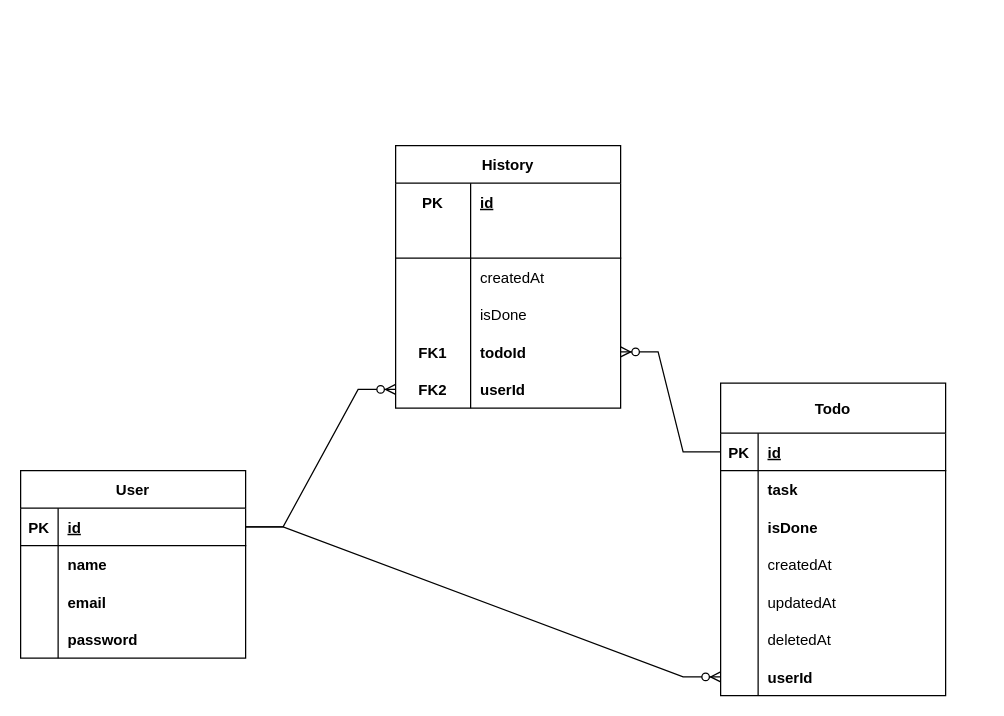
Before: documentation/model.drawio in Doehnert/todo-backend, a draw.io diagram. Source tidied: cells renumbered, new cells numbered last; positions are measured from the earlier drawing's top-left corner, leaving out a move shared by most shapes. Both pictures are drawn from the tidied source at 125%, with x=0, y=0 at pixel (20, 145).
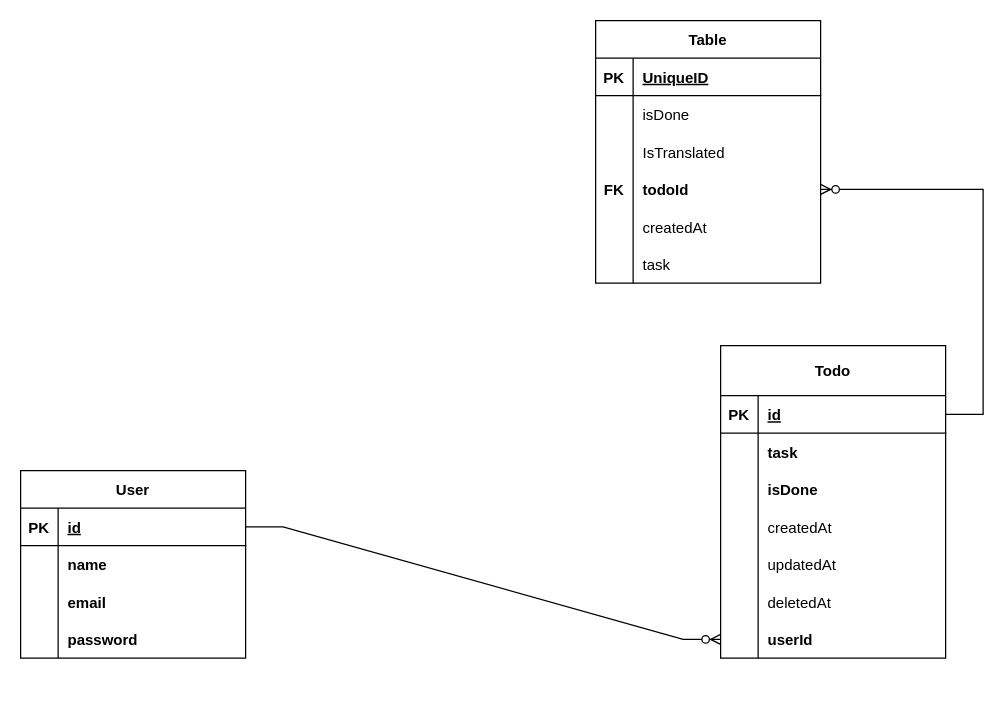
The same page after the edit.

The change refers to these unchanged cells:
```xml
<mxCell id="3" style="shape=tableRow;horizontal=0;startSize=0;swimlaneHead=0;swimlaneBody=0;fillColor=none;points=[[0,0.5],[1,0.5]];portConstraint=eastwest;top=0;left=0;right=0;bottom=1;" parent="2" vertex="1">
  <mxGeometry y="30" width="180" height="30" as="geometry" />
</mxCell>
<mxCell id="16" style="shape=tableRow;horizontal=0;startSize=0;swimlaneHead=0;swimlaneBody=0;fillColor=none;points=[[0,0.5],[1,0.5]];portConstraint=eastwest;top=0;left=0;right=0;bottom=1;" parent="15" vertex="1">
  <mxGeometry y="40" width="180" height="30" as="geometry" />
</mxCell>
```

Change to the diagram source:
```diff
@@
     <mxCell id="15" value="Todo" style="shape=table;startSize=40;childLayout=tableLayout;rowLines=0;fontStyle=1;align=center;" parent="1" vertex="1">
-      <mxGeometry x="560" y="190" width="180" height="250" as="geometry" />
+      <mxGeometry x="560" y="160" width="180" height="250" as="geometry" />
     </mxCell>
@@
-    <mxCell id="38" value="History" style="shape=table;startSize=30;childLayout=tableLayout;rowLines=0;fontStyle=1;align=center;" parent="1" vertex="1">
-      <mxGeometry x="300" width="180" height="210" as="geometry" />
-    </mxCell>
-    <mxCell id="39" style="shape=tableRow;horizontal=0;startSize=0;swimlaneHead=0;swimlaneBody=0;fillColor=none;top=0;left=0;right=0;bottom=0;" parent="38" vertex="1">
-      <mxGeometry y="30" width="180" height="30" as="geometry" />
-    </mxCell>
+    <mxCell id="58" style="edgeStyle=entityRelationEdgeStyle;fontSize=12;html=1;endArrow=ERzeroToMany;endFill=1;rounded=0;" parent="1" edge="1" source="16" target="48">
+      <mxGeometry relative="1" as="geometry" />
+    </mxCell>
+    <mxCell id="59" value="Table" style="shape=table;startSize=30;childLayout=tableLayout;rowLines=0;fontStyle=1;align=center;" parent="1" vertex="1">
+      <mxGeometry x="460" y="-100" width="180" height="210" as="geometry" />
+    </mxCell>
+    <mxCell id="60" style="shape=tableRow;horizontal=0;startSize=0;swimlaneHead=0;swimlaneBody=0;fillColor=none;top=0;left=0;right=0;bottom=1;" parent="59" vertex="1">
+      <mxGeometry y="30" width="180" height="30" as="geometry" />
+    </mxCell>
-    <mxCell id="40" value="PK" style="shape=partialRectangle;fillColor=none;top=0;left=0;bottom=0;right=0;fontStyle=1;overflow=hidden;" parent="39" vertex="1">
-      <mxGeometry width="60" height="30" as="geometry" />
+    <mxCell id="40" value="PK" style="shape=partialRectangle;fillColor=none;top=0;left=0;bottom=0;right=0;fontStyle=1;overflow=hidden;" parent="60" vertex="1">
+      <mxGeometry width="30" height="30" as="geometry" />
     </mxCell>
-    <mxCell id="41" value="id" style="shape=partialRectangle;fillColor=none;top=0;left=0;bottom=0;right=0;align=left;spacingLeft=6;fontStyle=5;overflow=hidden;" parent="39" vertex="1">
-      <mxGeometry x="60" width="120" height="30" as="geometry" />
-    </mxCell>
-    <mxCell id="42" style="shape=tableRow;horizontal=0;startSize=0;swimlaneHead=0;swimlaneBody=0;fillColor=none;top=0;left=0;right=0;bottom=1;" parent="38" vertex="1">
-      <mxGeometry y="60" width="180" height="30" as="geometry" />
-    </mxCell>
-    <mxCell id="43" style="shape=partialRectangle;fillColor=none;top=0;left=0;bottom=0;right=0;fontStyle=1;overflow=hidden;" parent="42" vertex="1">
-      <mxGeometry width="60" height="30" as="geometry" />
-    </mxCell>
-    <mxCell id="44" style="shape=partialRectangle;fillColor=none;top=0;left=0;bottom=0;right=0;align=left;spacingLeft=6;fontStyle=5;overflow=hidden;" parent="42" vertex="1">
-      <mxGeometry x="60" width="120" height="30" as="geometry" />
-    </mxCell>
+    <mxCell id="61" value="UniqueID" style="shape=partialRectangle;fillColor=none;top=0;left=0;bottom=0;right=0;align=left;spacingLeft=6;fontStyle=5;overflow=hidden;" parent="60" vertex="1">
+      <mxGeometry x="30" width="150" height="30" as="geometry" />
+    </mxCell>
+    <mxCell id="62" style="shape=tableRow;horizontal=0;startSize=0;swimlaneHead=0;swimlaneBody=0;fillColor=none;top=0;left=0;right=0;bottom=0;" parent="59" vertex="1">
+      <mxGeometry y="60" width="180" height="30" as="geometry" />
+    </mxCell>
+    <mxCell id="63" style="shape=partialRectangle;fillColor=none;top=0;left=0;bottom=0;right=0;overflow=hidden;" parent="62" vertex="1">
+      <mxGeometry width="30" height="30" as="geometry" />
+    </mxCell>
+    <mxCell id="50" value="isDone" style="shape=partialRectangle;fillColor=none;top=0;left=0;bottom=0;right=0;align=left;spacingLeft=6;overflow=hidden;" parent="62" vertex="1">
+      <mxGeometry x="30" width="150" height="30" as="geometry" />
+    </mxCell>
-    <mxCell id="45" style="shape=tableRow;horizontal=0;startSize=0;swimlaneHead=0;swimlaneBody=0;fillColor=none;top=0;left=0;right=0;bottom=0;" parent="38" vertex="1">
+    <mxCell id="45" style="shape=tableRow;horizontal=0;startSize=0;swimlaneHead=0;swimlaneBody=0;fillColor=none;top=0;left=0;right=0;bottom=0;" parent="59" vertex="1">
       <mxGeometry y="90" width="180" height="30" as="geometry" />
     </mxCell>
-    <mxCell id="46" style="shape=partialRectangle;fillColor=none;top=0;left=0;bottom=0;right=0;overflow=hidden;" parent="45" vertex="1">
-      <mxGeometry width="60" height="30" as="geometry" />
-    </mxCell>
+    <mxCell id="64" style="shape=partialRectangle;fillColor=none;top=0;left=0;bottom=0;right=0;overflow=hidden;" parent="45" vertex="1">
+      <mxGeometry width="30" height="30" as="geometry" />
+    </mxCell>
+    <mxCell id="65" value="IsTranslated" style="shape=partialRectangle;fillColor=none;top=0;left=0;bottom=0;right=0;align=left;spacingLeft=6;overflow=hidden;" parent="45" vertex="1">
+      <mxGeometry x="30" width="150" height="30" as="geometry" />
+    </mxCell>
+    <mxCell id="48" style="shape=tableRow;horizontal=0;startSize=0;swimlaneHead=0;swimlaneBody=0;fillColor=none;points=[[0,0.5],[1,0.5]];portConstraint=eastwest;top=0;left=0;right=0;bottom=0;" parent="59" vertex="1">
+      <mxGeometry y="120" width="180" height="30" as="geometry" />
+    </mxCell>
+    <mxCell id="66" value="FK" style="shape=partialRectangle;fillColor=none;top=0;left=0;bottom=0;right=0;overflow=hidden;fontStyle=1;" parent="48" vertex="1">
+      <mxGeometry width="30" height="30" as="geometry" />
+    </mxCell>
+    <mxCell id="53" value="todoId" style="shape=partialRectangle;fillColor=none;top=0;left=0;bottom=0;right=0;align=left;spacingLeft=6;overflow=hidden;fontStyle=1;" parent="48" vertex="1">
+      <mxGeometry x="30" width="150" height="30" as="geometry" />
+    </mxCell>
+    <mxCell id="51" style="shape=tableRow;horizontal=0;startSize=0;swimlaneHead=0;swimlaneBody=0;fillColor=none;points=[[0,0.5],[1,0.5]];portConstraint=eastwest;top=0;left=0;right=0;bottom=0;" parent="59" vertex="1">
+      <mxGeometry y="150" width="180" height="30" as="geometry" />
+    </mxCell>
+    <mxCell id="67" style="shape=partialRectangle;fillColor=none;top=0;left=0;bottom=0;right=0;overflow=hidden;" parent="51" vertex="1">
+      <mxGeometry width="30" height="30" as="geometry" />
+    </mxCell>
-    <mxCell id="47" value="createdAt" style="shape=partialRectangle;fillColor=none;top=0;left=0;bottom=0;right=0;align=left;spacingLeft=6;overflow=hidden;" parent="45" vertex="1">
-      <mxGeometry x="60" width="120" height="30" as="geometry" />
+    <mxCell id="47" value="createdAt" style="shape=partialRectangle;fillColor=none;top=0;left=0;bottom=0;right=0;align=left;spacingLeft=6;overflow=hidden;" parent="51" vertex="1">
+      <mxGeometry x="30" width="150" height="30" as="geometry" />
     </mxCell>
-    <mxCell id="48" style="shape=tableRow;horizontal=0;startSize=0;swimlaneHead=0;swimlaneBody=0;fillColor=none;points=[[0,0.5],[1,0.5]];portConstraint=eastwest;top=0;left=0;right=0;bottom=0;" parent="38" vertex="1">
-      <mxGeometry y="120" width="180" height="30" as="geometry" />
-    </mxCell>
-    <mxCell id="49" style="shape=partialRectangle;fillColor=none;top=0;left=0;bottom=0;right=0;overflow=hidden;" parent="48" vertex="1">
-      <mxGeometry width="60" height="30" as="geometry" />
-    </mxCell>
-    <mxCell id="50" value="isDone" style="shape=partialRectangle;fillColor=none;top=0;left=0;bottom=0;right=0;align=left;spacingLeft=6;overflow=hidden;" parent="48" vertex="1">
-      <mxGeometry x="60" width="120" height="30" as="geometry" />
-    </mxCell>
-    <mxCell id="51" style="shape=tableRow;horizontal=0;startSize=0;swimlaneHead=0;swimlaneBody=0;fillColor=none;points=[[0,0.5],[1,0.5]];portConstraint=eastwest;top=0;left=0;right=0;bottom=0;" parent="38" vertex="1">
-      <mxGeometry y="150" width="180" height="30" as="geometry" />
-    </mxCell>
-    <mxCell id="52" value="FK1" style="shape=partialRectangle;fillColor=none;top=0;left=0;bottom=0;right=0;overflow=hidden;fontStyle=1;" parent="51" vertex="1">
-      <mxGeometry width="60" height="30" as="geometry" />
-    </mxCell>
-    <mxCell id="53" value="todoId" style="shape=partialRectangle;fillColor=none;top=0;left=0;bottom=0;right=0;align=left;spacingLeft=6;overflow=hidden;fontStyle=1;" parent="51" vertex="1">
-      <mxGeometry x="60" width="120" height="30" as="geometry" />
-    </mxCell>
-    <mxCell id="54" style="shape=tableRow;horizontal=0;startSize=0;swimlaneHead=0;swimlaneBody=0;fillColor=none;points=[[0,0.5],[1,0.5]];portConstraint=eastwest;top=0;left=0;right=0;bottom=0;" parent="38" vertex="1">
+    <mxCell id="54" style="shape=tableRow;horizontal=0;startSize=0;swimlaneHead=0;swimlaneBody=0;fillColor=none;points=[[0,0.5],[1,0.5]];portConstraint=eastwest;top=0;left=0;right=0;bottom=0;" parent="59" vertex="1">
       <mxGeometry y="180" width="180" height="30" as="geometry" />
     </mxCell>
-    <mxCell id="55" value="FK2" style="shape=partialRectangle;fillColor=none;top=0;left=0;bottom=0;right=0;overflow=hidden;fontStyle=1;" parent="54" vertex="1">
-      <mxGeometry width="60" height="30" as="geometry" />
-    </mxCell>
-    <mxCell id="56" value="userId" style="shape=partialRectangle;fillColor=none;top=0;left=0;bottom=0;right=0;align=left;spacingLeft=6;overflow=hidden;fontStyle=1;" parent="54" vertex="1">
-      <mxGeometry x="60" width="120" height="30" as="geometry" />
-    </mxCell>
-    <mxCell id="57" style="edgeStyle=entityRelationEdgeStyle;fontSize=12;html=1;endArrow=ERzeroToMany;endFill=1;rounded=0;" parent="1" edge="1" source="3" target="54">
-      <mxGeometry relative="1" as="geometry" />
-    </mxCell>
-    <mxCell id="58" style="edgeStyle=entityRelationEdgeStyle;fontSize=12;html=1;endArrow=ERzeroToMany;endFill=1;rounded=0;" parent="1" edge="1" source="16" target="51">
-      <mxGeometry relative="1" as="geometry" />
-    </mxCell>
+    <mxCell id="68" style="shape=partialRectangle;fillColor=none;top=0;left=0;bottom=0;right=0;overflow=hidden;" parent="54" vertex="1">
+      <mxGeometry width="30" height="30" as="geometry" />
+    </mxCell>
+    <mxCell id="69" value="task" style="shape=partialRectangle;fillColor=none;top=0;left=0;bottom=0;right=0;align=left;spacingLeft=6;overflow=hidden;" parent="54" vertex="1">
+      <mxGeometry x="30" width="150" height="30" as="geometry" />
+    </mxCell>
```
